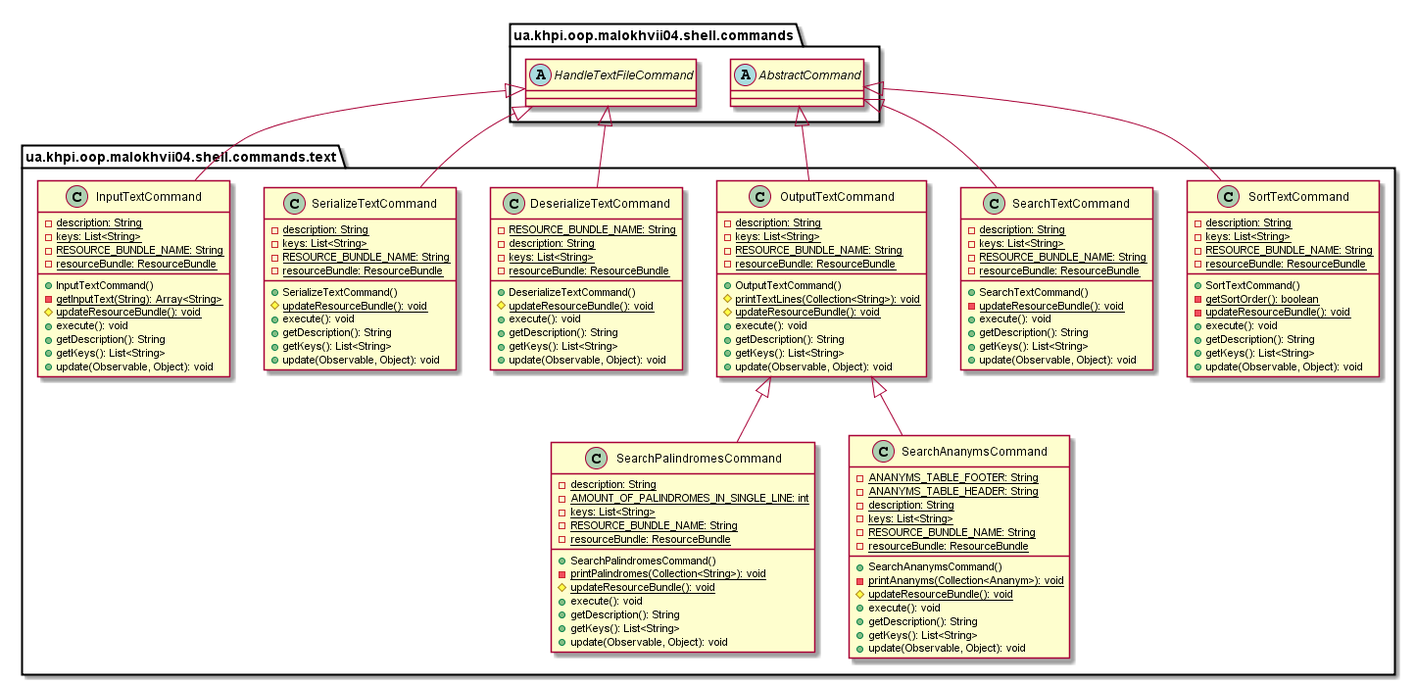
Earlier version of the PlantUML export malokhvii-eduard/malokhvii04/doc/plantuml/png/ua.khpi.oop.malokhvii04.shell.commands.text.package.png (P-Kalin/kit26a).
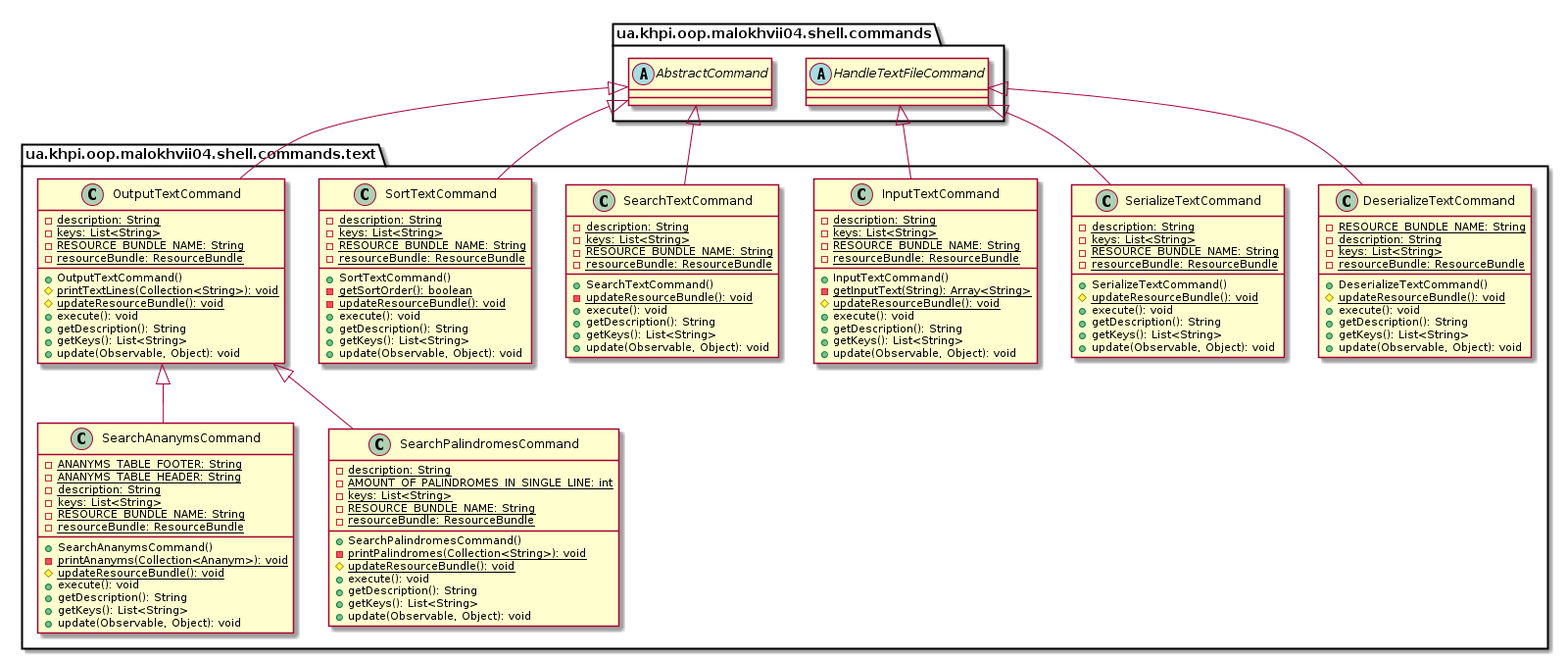
The same file after the commit.

The edit, as a diff of the source:
```diff
@@ -2,14 +2,13 @@
 
     namespace ua.khpi.oop.malokhvii04.shell.commands.text {
 
-        class SortTextCommand {
+        class DeserializeTextCommand {
+            {static} -RESOURCE_BUNDLE_NAME: String
             {static} -description: String
             {static} -keys: List<String>
-            {static} -RESOURCE_BUNDLE_NAME: String
             {static} -resourceBundle: ResourceBundle
-            +SortTextCommand()
-            {static} -getSortOrder(): boolean
-            {static} -updateResourceBundle(): void
+            +DeserializeTextCommand()
+            {static} #updateResourceBundle(): void
             +execute(): void
             +getDescription(): String
             +getKeys(): List<String>
@@ -29,27 +28,13 @@
             +update(Observable, Object): void
         }
 
-        class SearchTextCommand {
+        class OutputTextCommand {
             {static} -description: String
             {static} -keys: List<String>
             {static} -RESOURCE_BUNDLE_NAME: String
             {static} -resourceBundle: ResourceBundle
-            +SearchTextCommand()
-            {static} -updateResourceBundle(): void
-            +execute(): void
-            +getDescription(): String
-            +getKeys(): List<String>
-            +update(Observable, Object): void
-        }
-
-        class SearchPalindromesCommand {
-            {static} -description: String
-            {static} -AMOUNT_OF_PALINDROMES_IN_SINGLE_LINE: int
-            {static} -keys: List<String>
-            {static} -RESOURCE_BUNDLE_NAME: String
-            {static} -resourceBundle: ResourceBundle
-            +SearchPalindromesCommand()
-            {static} -printPalindromes(Collection<String>): void
+            +OutputTextCommand()
+            {static} #printTextLines(Collection<String>): void
             {static} #updateResourceBundle(): void
             +execute(): void
             +getDescription(): String
@@ -73,20 +58,6 @@
             +update(Observable, Object): void
         }
 
-        class OutputTextCommand {
-            {static} -description: String
-            {static} -keys: List<String>
-            {static} -RESOURCE_BUNDLE_NAME: String
-            {static} -resourceBundle: ResourceBundle
-            +OutputTextCommand()
-            {static} #printTextLines(Collection<String>): void
-            {static} #updateResourceBundle(): void
-            +execute(): void
-            +getDescription(): String
-            +getKeys(): List<String>
-            +update(Observable, Object): void
-        }
-
         class InputTextCommand {
             {static} -description: String
             {static} -keys: List<String>
@@ -101,12 +72,28 @@
             +update(Observable, Object): void
         }
 
-        class DeserializeTextCommand {
-            {static} -RESOURCE_BUNDLE_NAME: String
+        class SortTextCommand {
             {static} -description: String
             {static} -keys: List<String>
+            {static} -RESOURCE_BUNDLE_NAME: String
             {static} -resourceBundle: ResourceBundle
-            +DeserializeTextCommand()
+            +SortTextCommand()
+            {static} -getSortOrder(): boolean
+            {static} -updateResourceBundle(): void
+            +execute(): void
+            +getDescription(): String
+            +getKeys(): List<String>
+            +update(Observable, Object): void
+        }
+
+        class SearchPalindromesCommand {
+            {static} -description: String
+            {static} -AMOUNT_OF_PALINDROMES_IN_SINGLE_LINE: int
+            {static} -keys: List<String>
+            {static} -RESOURCE_BUNDLE_NAME: String
+            {static} -resourceBundle: ResourceBundle
+            +SearchPalindromesCommand()
+            {static} -printPalindromes(Collection<String>): void
             {static} #updateResourceBundle(): void
             +execute(): void
             +getDescription(): String
@@ -114,23 +101,36 @@
             +update(Observable, Object): void
         }
 
-        abstract class ua.khpi.oop.malokhvii04.shell.commands.AbstractCommand
-        ua.khpi.oop.malokhvii04.shell.commands.AbstractCommand <|-- SortTextCommand
+        class SearchTextCommand {
+            {static} -description: String
+            {static} -keys: List<String>
+            {static} -RESOURCE_BUNDLE_NAME: String
+            {static} -resourceBundle: ResourceBundle
+            +SearchTextCommand()
+            {static} -updateResourceBundle(): void
+            +execute(): void
+            +getDescription(): String
+            +getKeys(): List<String>
+            +update(Observable, Object): void
+        }
 
         abstract class ua.khpi.oop.malokhvii04.shell.commands.HandleTextFileCommand
+        ua.khpi.oop.malokhvii04.shell.commands.HandleTextFileCommand <|-- DeserializeTextCommand
+
         ua.khpi.oop.malokhvii04.shell.commands.HandleTextFileCommand <|-- SerializeTextCommand
 
-        ua.khpi.oop.malokhvii04.shell.commands.AbstractCommand <|-- SearchTextCommand
+        abstract class ua.khpi.oop.malokhvii04.shell.commands.AbstractCommand
+        ua.khpi.oop.malokhvii04.shell.commands.AbstractCommand <|-- OutputTextCommand
+
+        OutputTextCommand <|-- SearchAnanymsCommand
+
+        ua.khpi.oop.malokhvii04.shell.commands.HandleTextFileCommand <|-- InputTextCommand
+
+        ua.khpi.oop.malokhvii04.shell.commands.AbstractCommand <|-- SortTextCommand
 
         OutputTextCommand <|-- SearchPalindromesCommand
 
-        OutputTextCommand <|-- SearchAnanymsCommand
-
-        ua.khpi.oop.malokhvii04.shell.commands.AbstractCommand <|-- OutputTextCommand
-
-        ua.khpi.oop.malokhvii04.shell.commands.HandleTextFileCommand <|-- InputTextCommand
-
-        ua.khpi.oop.malokhvii04.shell.commands.HandleTextFileCommand <|-- DeserializeTextCommand
+        ua.khpi.oop.malokhvii04.shell.commands.AbstractCommand <|-- SearchTextCommand
 
     }
 
```
